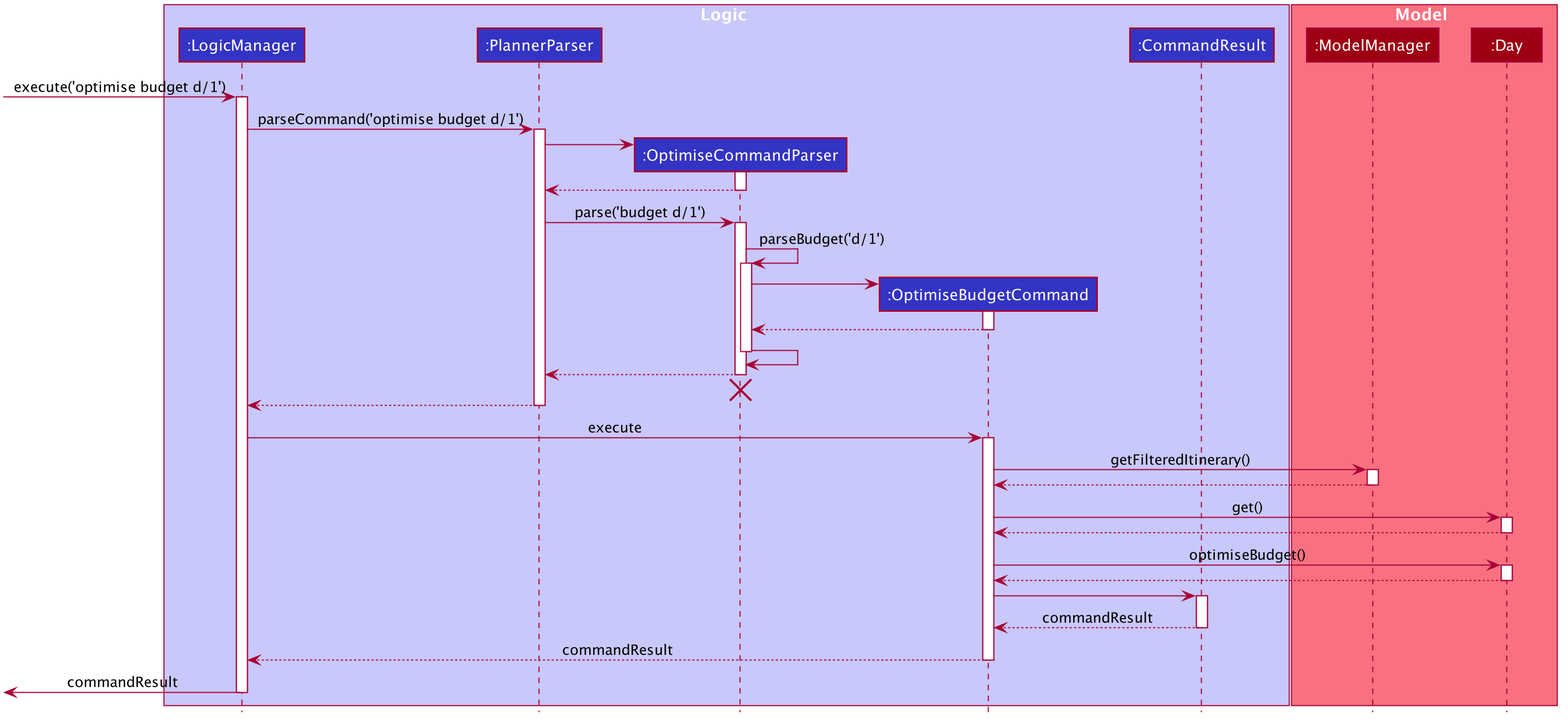
This is docs/images/OptimiseSequenceDiagram.png from KxxMxxx/main, a PlantUML export, as it was before one commit. Source of this version:
```plantuml
@startuml








skinparam BackgroundColor #FFFFFFF

skinparam Shadowing false

skinparam Class {
    FontColor #FFFFFF
    BorderThickness 1
    BorderColor #FFFFFF
    StereotypeFontColor #FFFFFF
    FontName Arial
}

skinparam Actor {
    BorderColor #000000
    Color #000000
    FontName Arial
}

skinparam Sequence {
    MessageAlign center
    BoxFontSize 15
    BoxPadding 0
    BoxFontColor #FFFFFF
    FontName Arial
}

skinparam Participant {
    FontColor #FFFFFFF
    Padding 20
}

skinparam MinClassWidth 50
skinparam ParticipantPadding 10
skinparam Shadowing false
skinparam DefaultTextAlignment center
skinparam packageStyle Rectangle

hide footbox
hide members
hide circle

box Logic #C8C8FA
participant ":LogicManager" as LogicManager #3333C4
participant ":PlannerParser" as PlannerParser #3333C4
participant ":OptimiseCommandParser" as OptimiseCommandParser #3333C4
participant ":OptimiseBudgetCommand" as OptimiseBudgetCommand #3333C4
participant ":CommandResult" as CommandResult #3333C4
end box

box Model #F97181
participant ":ModelManager" as ModelManager #9D0012
participant ":Day" as Day #9D0012
end box

[-> LogicManager : execute('optimise budget d/1')
activate LogicManager

LogicManager -> PlannerParser : parseCommand('optimise budget d/1')
activate PlannerParser

create OptimiseCommandParser
PlannerParser -> OptimiseCommandParser
activate OptimiseCommandParser

OptimiseCommandParser --> PlannerParser
deactivate OptimiseCommandParser

PlannerParser -> OptimiseCommandParser : parse('budget d/1')
activate OptimiseCommandParser

OptimiseCommandParser -> OptimiseCommandParser : parseBudget('d/1')
activate OptimiseCommandParser

create OptimiseBudgetCommand
OptimiseCommandParser -> OptimiseBudgetCommand
activate OptimiseBudgetCommand

OptimiseBudgetCommand --> OptimiseCommandParser
deactivate OptimiseBudgetCommand

OptimiseCommandParser -> OptimiseCommandParser
deactivate OptimiseCommandParser

OptimiseCommandParser --> PlannerParser
deactivate OptimiseCommandParser

OptimiseCommandParser -[hidden]-> PlannerParser
destroy OptimiseCommandParser

PlannerParser --> LogicManager
deactivate PlannerParser

LogicManager -> OptimiseBudgetCommand : execute
activate OptimiseBudgetCommand

OptimiseBudgetCommand -> ModelManager : getFilteredItinerary()
activate ModelManager

ModelManager --> OptimiseBudgetCommand
deactivate ModelManager

OptimiseBudgetCommand -> Day : get()
activate Day

Day --> OptimiseBudgetCommand
deactivate Day

OptimiseBudgetCommand -> Day : optimiseBudget()
activate Day

Day --> OptimiseBudgetCommand
deactivate Day

OptimiseBudgetCommand -> CommandResult
activate CommandResult

CommandResult --> OptimiseBudgetCommand : commandResult
deactivate CommandResult

OptimiseBudgetCommand --> LogicManager : commandResult
deactivate OptimiseBudgetCommand

[<-LogicManager : commandResult
deactivate LogicManager

@enduml
```
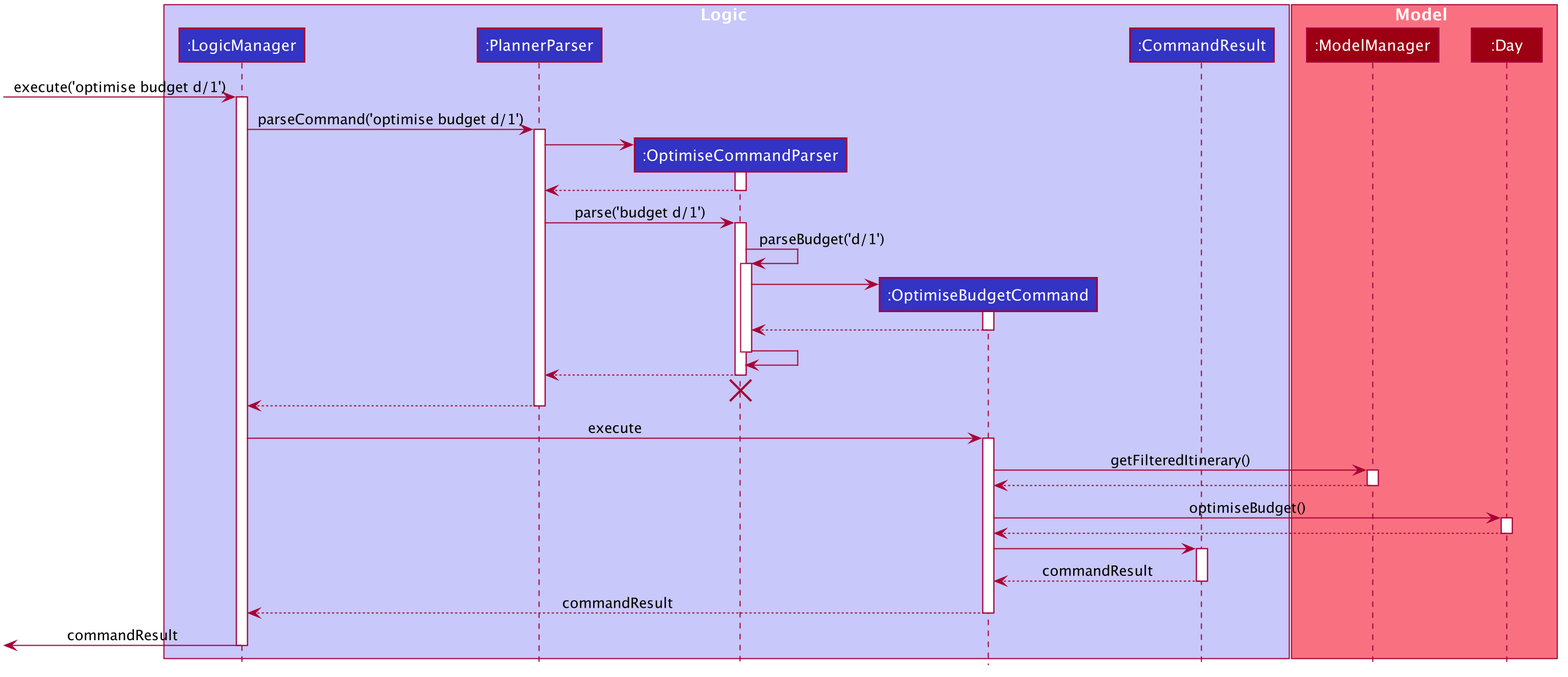
The same diagram one commit later.

What changed in the source:
```diff
@@ -108,12 +108,6 @@
 ModelManager --> OptimiseBudgetCommand
 deactivate ModelManager
 
-OptimiseBudgetCommand -> Day : get()
-activate Day
-
-Day --> OptimiseBudgetCommand
-deactivate Day
-
 OptimiseBudgetCommand -> Day : optimiseBudget()
 activate Day
 
```
